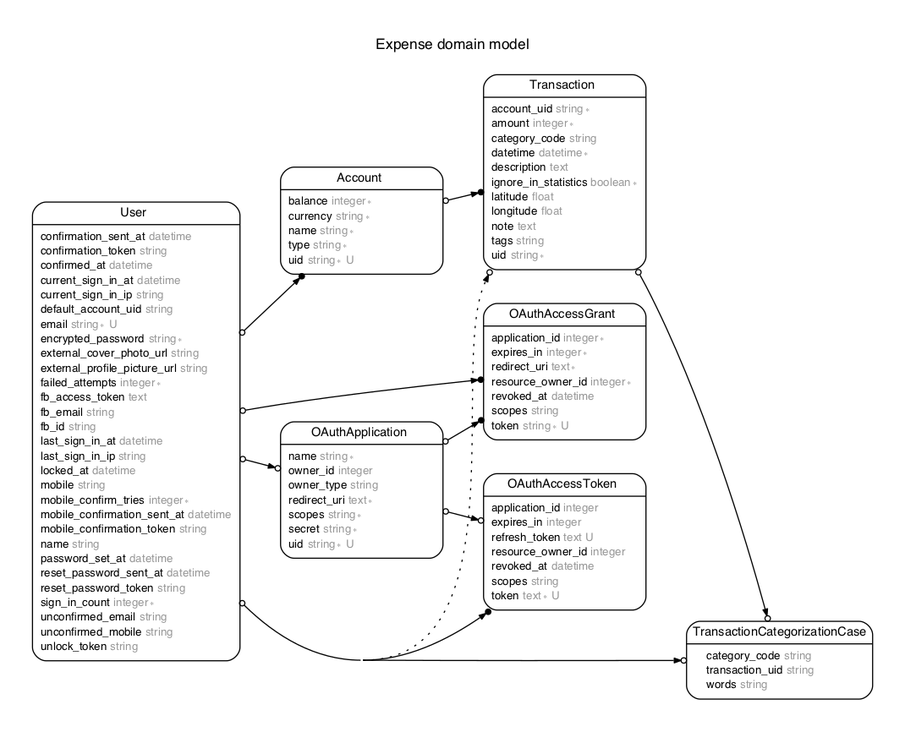
Before: erd.png, a diagram exported from Graphviz (expenture/Expense). Its source is kept beside it as erd.dot.
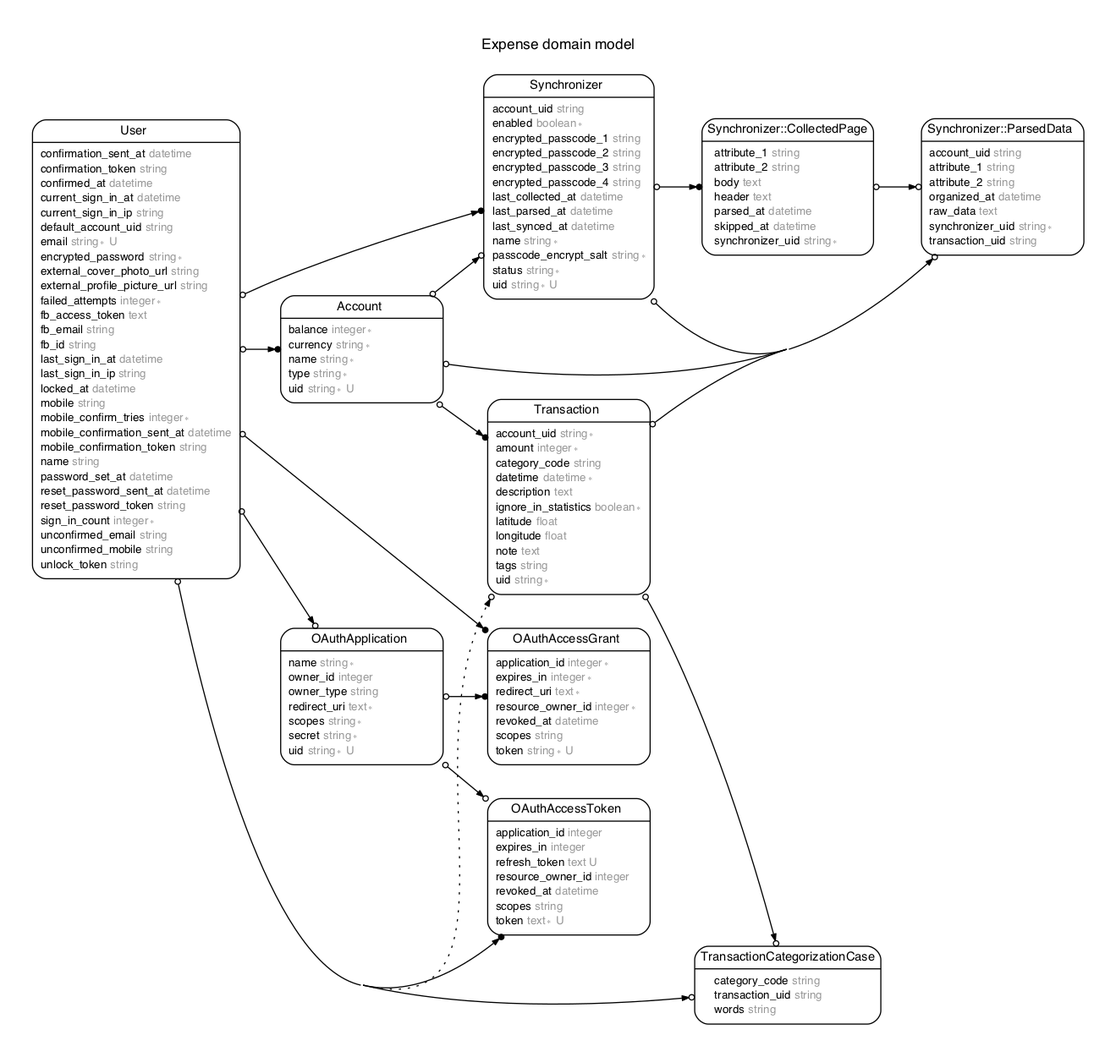
After the change.

The edit, as a diff of the source:
```diff
@@ -63,6 +63,54 @@
   <tr><td align="left" width="130" port="scopes">scopes <font face="Arial ItalicMT" color="grey60">string ∗</font></td></tr>
   <tr><td align="left" width="130" port="secret">secret <font face="Arial ItalicMT" color="grey60">string ∗</font></td></tr>
   <tr><td align="left" width="130" port="uid">uid <font face="Arial ItalicMT" color="grey60">string ∗ U</font></td></tr>
+</table>
+>];
+m_Synchronizer [label = <<table border="0" align="center" cellspacing="0.5" cellpadding="0" width="134">
+  <tr><td align="center" valign="bottom" width="130"><font face="Arial BoldMT" point-size="11">Synchronizer</font></td></tr>
+</table>
+|
+<table border="0" align="left" cellspacing="2" cellpadding="0" width="134">
+  <tr><td align="left" width="130" port="account_uid">account_uid <font face="Arial ItalicMT" color="grey60">string</font></td></tr>
+  <tr><td align="left" width="130" port="enabled">enabled <font face="Arial ItalicMT" color="grey60">boolean ∗</font></td></tr>
+  <tr><td align="left" width="130" port="encrypted_passcode_1">encrypted_passcode_1 <font face="Arial ItalicMT" color="grey60">string</font></td></tr>
+  <tr><td align="left" width="130" port="encrypted_passcode_2">encrypted_passcode_2 <font face="Arial ItalicMT" color="grey60">string</font></td></tr>
+  <tr><td align="left" width="130" port="encrypted_passcode_3">encrypted_passcode_3 <font face="Arial ItalicMT" color="grey60">string</font></td></tr>
+  <tr><td align="left" width="130" port="encrypted_passcode_4">encrypted_passcode_4 <font face="Arial ItalicMT" color="grey60">string</font></td></tr>
+  <tr><td align="left" width="130" port="last_collected_at">last_collected_at <font face="Arial ItalicMT" color="grey60">datetime</font></td></tr>
+  <tr><td align="left" width="130" port="last_parsed_at">last_parsed_at <font face="Arial ItalicMT" color="grey60">datetime</font></td></tr>
+  <tr><td align="left" width="130" port="last_synced_at">last_synced_at <font face="Arial ItalicMT" color="grey60">datetime</font></td></tr>
+  <tr><td align="left" width="130" port="name">name <font face="Arial ItalicMT" color="grey60">string ∗</font></td></tr>
+  <tr><td align="left" width="130" port="passcode_encrypt_salt">passcode_encrypt_salt <font face="Arial ItalicMT" color="grey60">string ∗</font></td></tr>
+  <tr><td align="left" width="130" port="status">status <font face="Arial ItalicMT" color="grey60">string ∗</font></td></tr>
+  <tr><td align="left" width="130" port="uid">uid <font face="Arial ItalicMT" color="grey60">string ∗ U</font></td></tr>
+</table>
+>];
+"m_Synchronizer::CollectedPage" [label = <<table border="0" align="center" cellspacing="0.5" cellpadding="0" width="134">
+  <tr><td align="center" valign="bottom" width="130"><font face="Arial BoldMT" point-size="11">Synchronizer::CollectedPage</font></td></tr>
+</table>
+|
+<table border="0" align="left" cellspacing="2" cellpadding="0" width="134">
+  <tr><td align="left" width="130" port="attribute_1">attribute_1 <font face="Arial ItalicMT" color="grey60">string</font></td></tr>
+  <tr><td align="left" width="130" port="attribute_2">attribute_2 <font face="Arial ItalicMT" color="grey60">string</font></td></tr>
+  <tr><td align="left" width="130" port="body">body <font face="Arial ItalicMT" color="grey60">text</font></td></tr>
+  <tr><td align="left" width="130" port="header">header <font face="Arial ItalicMT" color="grey60">text</font></td></tr>
+  <tr><td align="left" width="130" port="parsed_at">parsed_at <font face="Arial ItalicMT" color="grey60">datetime</font></td></tr>
+  <tr><td align="left" width="130" port="skipped_at">skipped_at <font face="Arial ItalicMT" color="grey60">datetime</font></td></tr>
+  <tr><td align="left" width="130" port="synchronizer_uid">synchronizer_uid <font face="Arial ItalicMT" color="grey60">string ∗</font></td></tr>
+</table>
+>];
+"m_Synchronizer::ParsedData" [label = <<table border="0" align="center" cellspacing="0.5" cellpadding="0" width="134">
+  <tr><td align="center" valign="bottom" width="130"><font face="Arial BoldMT" point-size="11">Synchronizer::ParsedData</font></td></tr>
+</table>
+|
+<table border="0" align="left" cellspacing="2" cellpadding="0" width="134">
+  <tr><td align="left" width="130" port="account_uid">account_uid <font face="Arial ItalicMT" color="grey60">string</font></td></tr>
+  <tr><td align="left" width="130" port="attribute_1">attribute_1 <font face="Arial ItalicMT" color="grey60">string</font></td></tr>
+  <tr><td align="left" width="130" port="attribute_2">attribute_2 <font face="Arial ItalicMT" color="grey60">string</font></td></tr>
+  <tr><td align="left" width="130" port="organized_at">organized_at <font face="Arial ItalicMT" color="grey60">datetime</font></td></tr>
+  <tr><td align="left" width="130" port="raw_data">raw_data <font face="Arial ItalicMT" color="grey60">text</font></td></tr>
+  <tr><td align="left" width="130" port="synchronizer_uid">synchronizer_uid <font face="Arial ItalicMT" color="grey60">string ∗</font></td></tr>
+  <tr><td align="left" width="130" port="transaction_uid">transaction_uid <font face="Arial ItalicMT" color="grey60">string</font></td></tr>
 </table>
 >];
 m_Transaction [label = <<table border="0" align="center" cellspacing="0.5" cellpadding="0" width="134">
@@ -137,6 +185,13 @@
   m_User -> m_Account [arrowsize = "0.6", arrowhead = "dotnormal", arrowtail = "odot", weight = "2"];
   m_User -> m_Transaction [style = "dotted", arrowsize = "0.6", arrowhead = "odotnormal", arrowtail = "odot", weight = "1", constraint = "false"];
   m_User -> m_TransactionCategorizationCase [arrowsize = "0.6", arrowhead = "odotnormal", arrowtail = "odot", weight = "2"];
+  m_User -> m_Synchronizer [arrowsize = "0.6", arrowhead = "dotnormal", arrowtail = "odot", weight = "3"];
   m_Account -> m_Transaction [arrowsize = "0.6", arrowhead = "dotnormal", arrowtail = "odot", weight = "2"];
+  m_Account -> "m_Synchronizer::ParsedData" [arrowsize = "0.6", arrowhead = "odotnormal", arrowtail = "odot", weight = "2"];
+  m_Account -> m_Synchronizer [arrowsize = "0.6", arrowhead = "odotnormal", arrowtail = "odot", weight = "2"];
+  m_Synchronizer -> "m_Synchronizer::CollectedPage" [arrowsize = "0.6", arrowhead = "dotnormal", arrowtail = "odot", weight = "3"];
+  m_Synchronizer -> "m_Synchronizer::ParsedData" [arrowsize = "0.6", arrowhead = "dotnormal", arrowtail = "odot", weight = "3"];
+  "m_Synchronizer::CollectedPage" -> "m_Synchronizer::ParsedData" [arrowsize = "0.6", arrowhead = "odotnormal", arrowtail = "odot", weight = "2"];
+  m_Transaction -> "m_Synchronizer::ParsedData" [arrowsize = "0.6", arrowhead = "odotnormal", arrowtail = "odot", weight = "1"];
   m_Transaction -> m_TransactionCategorizationCase [arrowsize = "0.6", arrowhead = "odotnormal", arrowtail = "odot", weight = "1"];
 }
```
